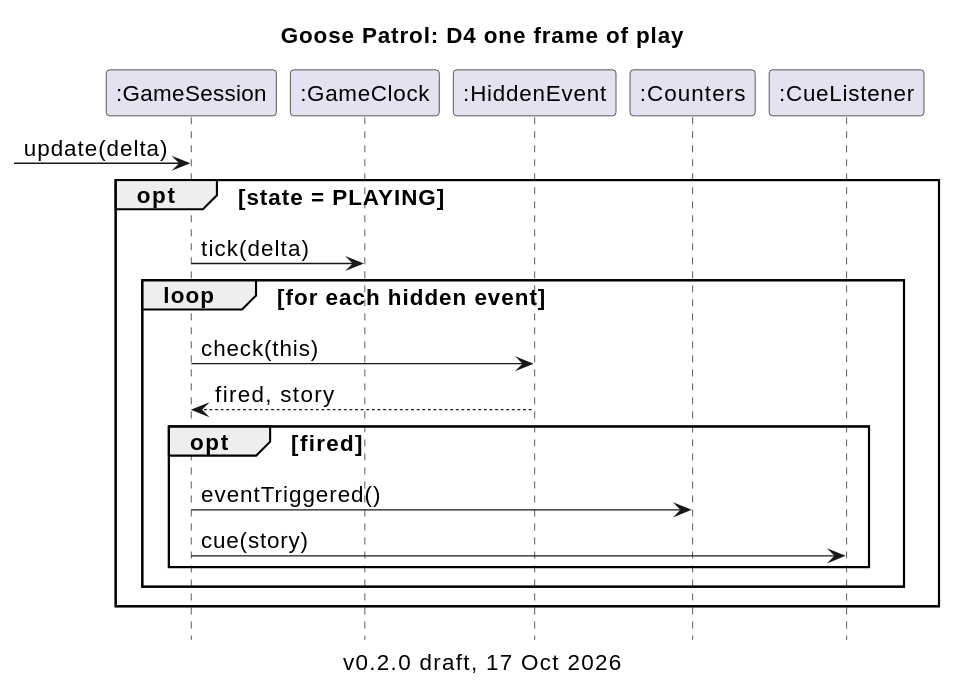
This is docs/architecture/out/d4-frame-sequence.svg from goose-meat-eng1/goose-patrol, a PlantUML export, as it was before one commit.
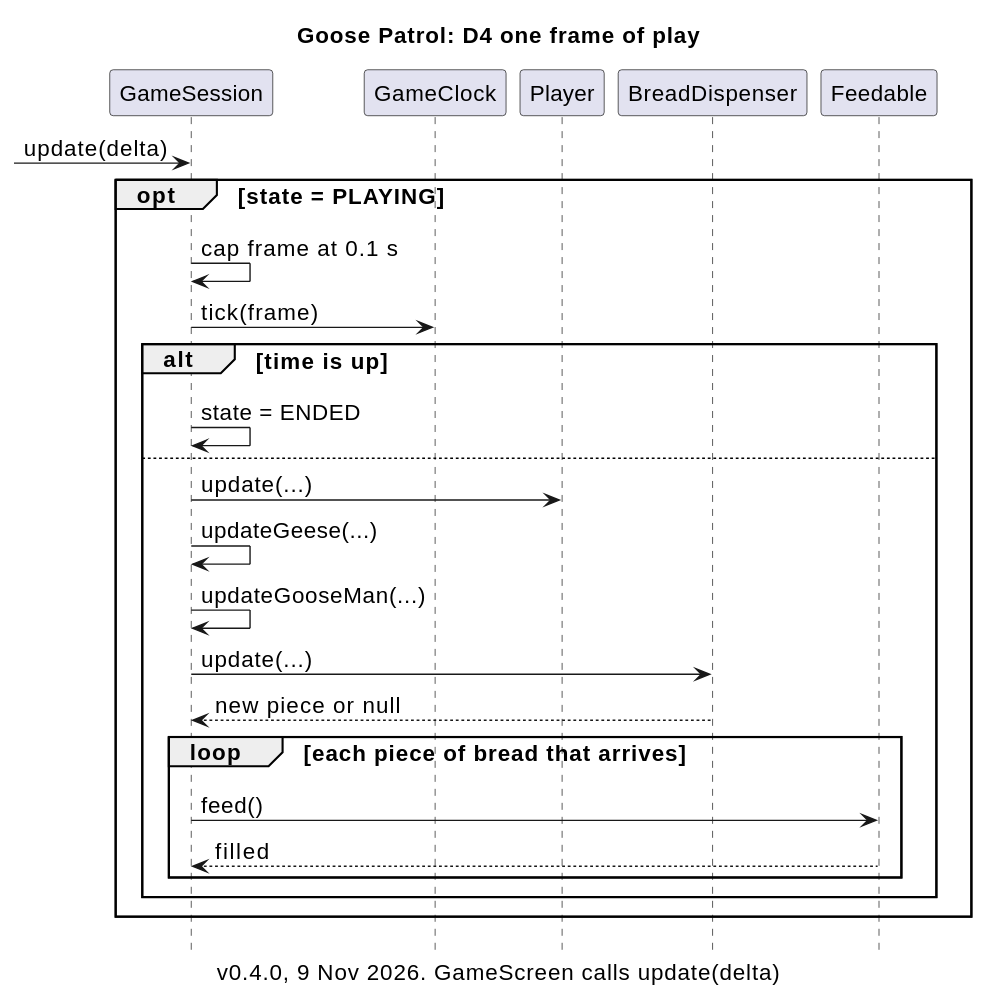
The same file after the commit.

Change to the diagram source:
```diff
@@ -1,25 +1,30 @@
 @startuml
 !include style.iuml
 title Goose Patrol: D4 one frame of play
-caption v0.2.0 draft, 17 Oct 2026
+caption v0.4.0, 9 Nov 2026. GameScreen calls update(delta)
 hide footbox
 
-participant ":GameSession" as session
-participant ":GameClock" as clock
-participant ":HiddenEvent" as event
-participant ":Counters" as counters
-participant ":CueListener" as cues
+participant "GameSession" as session
+participant "GameClock" as clock
+participant "Player" as player
+participant "BreadDispenser" as dispenser
+participant "Feedable" as target
 
 [-> session : update(delta)
 opt state = PLAYING
-  session -> clock : tick(delta)
-  loop for each hidden event
-    session -> event : check(this)
-    event --> session : fired, story
-
-    opt fired
-      session -> counters : eventTriggered()
-      session -> cues : cue(story)
+  session -> session : cap frame at 0.1 s
+  session -> clock : tick(frame)
+  alt time is up
+    session -> session : state = ENDED
+  else
+    session -> player : update(...)
+    session -> session : updateGeese(...)
+    session -> session : updateGooseMan(...)
+    session -> dispenser : update(...)
+    dispenser --> session : new piece or null
+    loop each piece of bread that arrives
+      session -> target : feed()
+      target --> session : filled
     end
   end
 end
```
